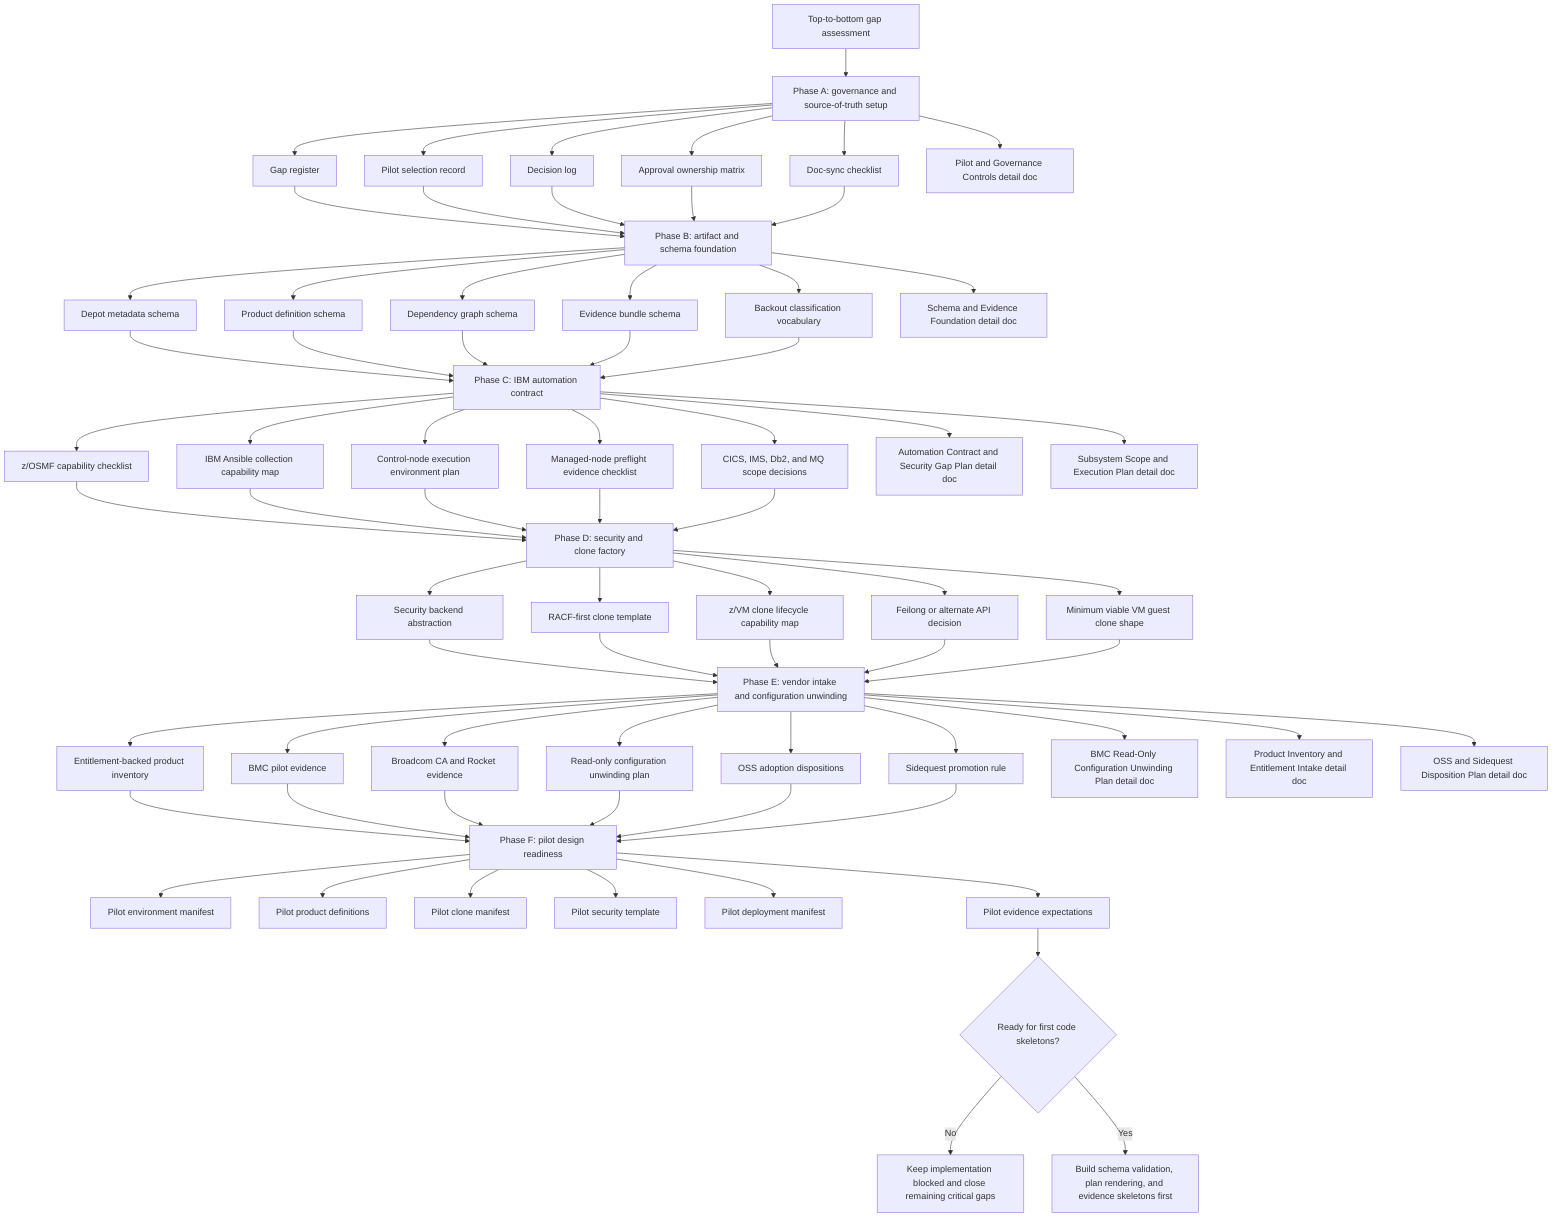
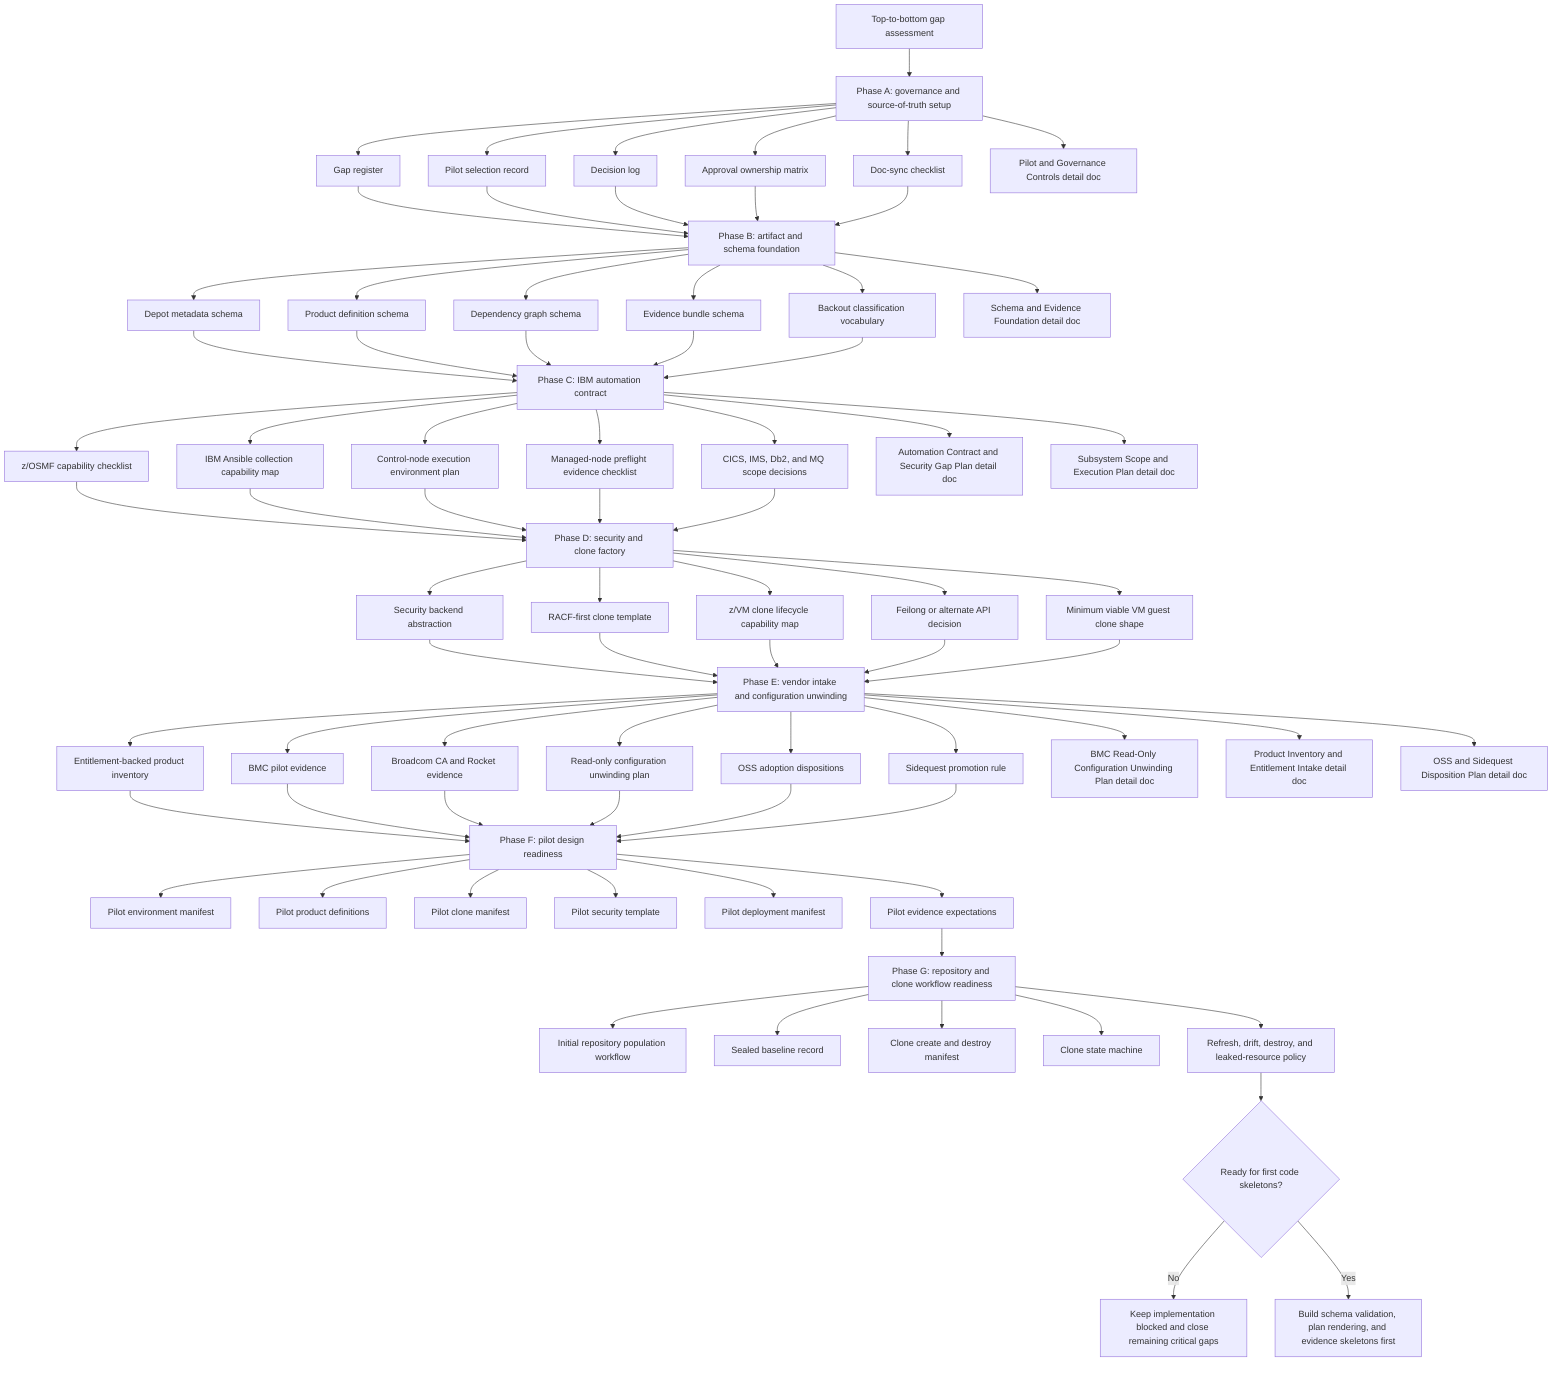
flowchart TD
    A["Top-to-bottom gap assessment"] --> B["Phase A: governance and source-of-truth setup"]
    B --> C["Gap register"]
    B --> D["Pilot selection record"]
    B --> E["Decision log"]
    B --> F["Approval ownership matrix"]
    B --> G["Doc-sync checklist"]
    B --> BA["Pilot and Governance Controls detail doc"]

    C --> H["Phase B: artifact and schema foundation"]
    D --> H
    E --> H
    F --> H
    G --> H

    H --> I["Depot metadata schema"]
    H --> J["Product definition schema"]
    H --> K["Dependency graph schema"]
    H --> L["Evidence bundle schema"]
    H --> M["Backout classification vocabulary"]
    H --> HA["Schema and Evidence Foundation detail doc"]

    I --> N["Phase C: IBM automation contract"]
    J --> N
    K --> N
    L --> N
    M --> N

    N --> O["z/OSMF capability checklist"]
    N --> P["IBM Ansible collection capability map"]
    N --> Q["Control-node execution environment plan"]
    N --> R["Managed-node preflight evidence checklist"]
    N --> S["CICS, IMS, Db2, and MQ scope decisions"]
    N --> NA["Automation Contract and Security Gap Plan detail doc"]
    N --> NB["Subsystem Scope and Execution Plan detail doc"]

    O --> T["Phase D: security and clone factory"]
    P --> T
    Q --> T
    R --> T
    S --> T

    T --> U["Security backend abstraction"]
    T --> V["RACF-first clone template"]
    T --> W["z/VM clone lifecycle capability map"]
    T --> X["Feilong or alternate API decision"]
    T --> Y["Minimum viable VM guest clone shape"]

    U --> Z["Phase E: vendor intake and configuration unwinding"]
    V --> Z
    W --> Z
    X --> Z
    Y --> Z

    Z --> AA["Entitlement-backed product inventory"]
    Z --> AB["BMC pilot evidence"]
    Z --> AC["Broadcom CA and Rocket evidence"]
    Z --> AD["Read-only configuration unwinding plan"]
    Z --> AE["OSS adoption dispositions"]
    Z --> AF["Sidequest promotion rule"]
    Z --> ZA["BMC Read-Only Configuration Unwinding Plan detail doc"]
    Z --> ZB["Product Inventory and Entitlement Intake detail doc"]
    Z --> ZC["OSS and Sidequest Disposition Plan detail doc"]

    AA --> AG["Phase F: pilot design readiness"]
    AB --> AG
    AC --> AG
    AD --> AG
    AE --> AG
    AF --> AG

    AG --> AH["Pilot environment manifest"]
    AG --> AI["Pilot product definitions"]
    AG --> AJ["Pilot clone manifest"]
    AG --> AK["Pilot security template"]
    AG --> AL["Pilot deployment manifest"]
    AG --> AM["Pilot evidence expectations"]
-     AM --> AN{"Ready for first code skeletons?"}
+     AM --> GA["Phase G: repository and clone workflow readiness"]
+     GA --> GB["Initial repository population workflow"]
+     GA --> GC["Sealed baseline record"]
+     GA --> GD["Clone create and destroy manifest"]
+     GA --> GE["Clone state machine"]
+     GA --> GF["Refresh, drift, destroy, and leaked-resource policy"]
+     GF --> AN{"Ready for first code skeletons?"}
    AN -- "No" --> AO["Keep implementation blocked and close remaining critical gaps"]
    AN -- "Yes" --> AP["Build schema validation, plan rendering, and evidence skeletons first"]
